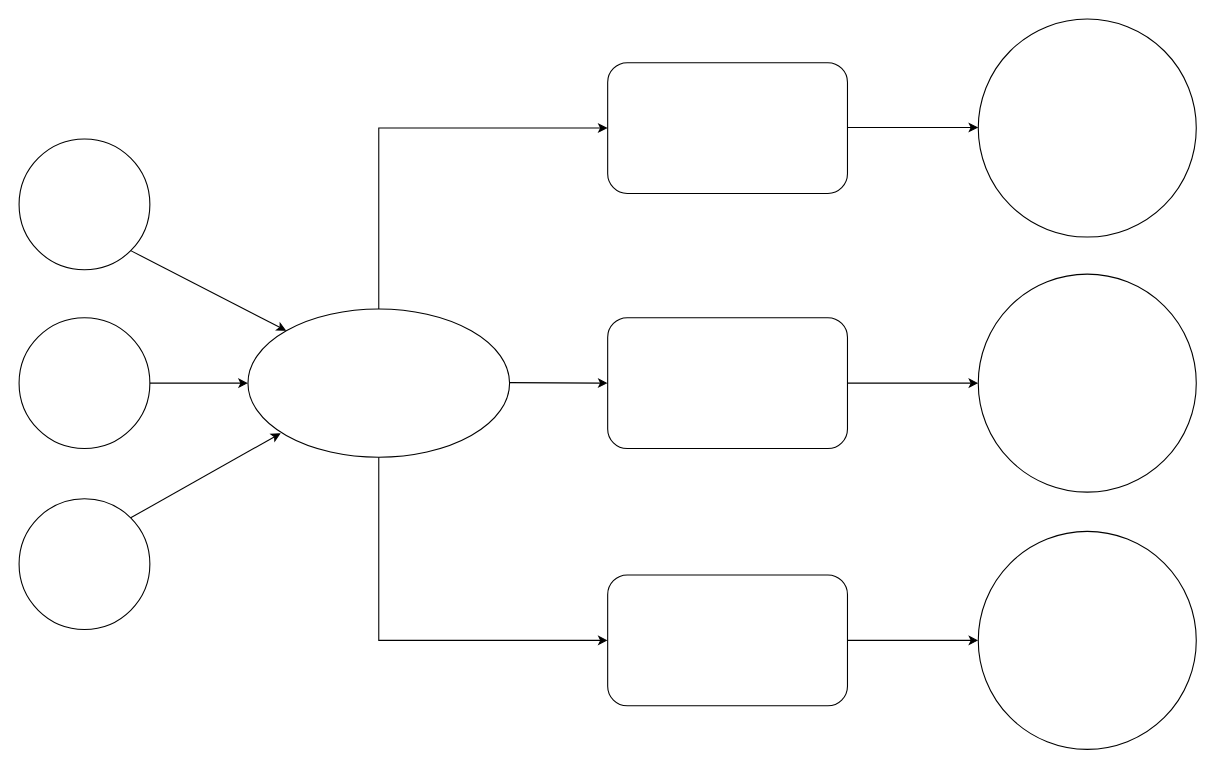
The draw.io diagram Untitled Diagram.drawio in jnisac/hello-world, before the edit. Source tidied: cells renumbered, new cells numbered last; positions are measured from the earlier drawing's top-left corner, leaving out a move shared by most shapes. Both pictures are drawn from the tidied source at 109%, with x=0, y=0 at pixel (19, 19).
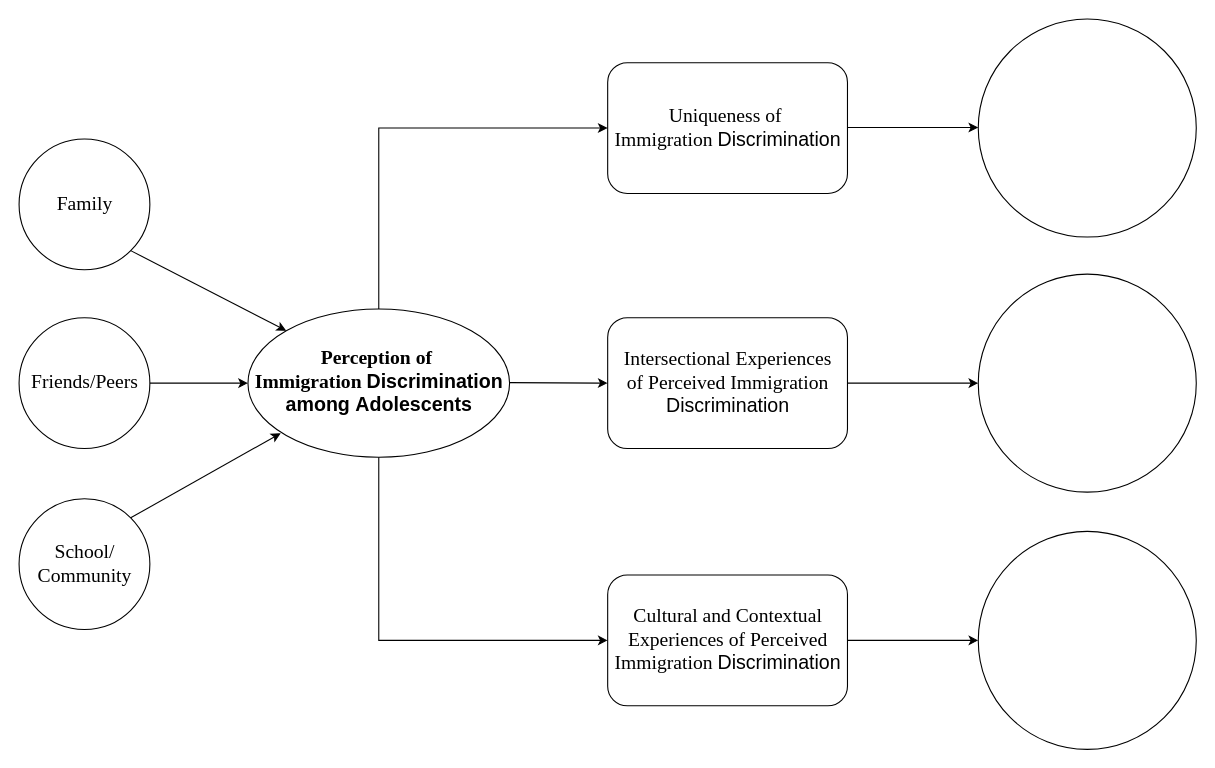
Above is the later version.

What changed in the source:
```diff
@@
+    <mxCell id="21" value="&lt;font style=&quot;font-size: 18px;&quot; face=&quot;Times New Roman&quot;&gt;Perception of&amp;nbsp;&lt;/font&gt;&lt;div style=&quot;font-size: 18px;&quot;&gt;&lt;font style=&quot;font-size: 18px;&quot;&gt;&lt;font style=&quot;font-size: 18px;&quot; face=&quot;Times New Roman&quot;&gt;Immigration&amp;nbsp;&lt;/font&gt;&lt;span style=&quot;font-family: jk4Szua_Z0j4yDkiBy7d;&quot;&gt;Discrimination&lt;/span&gt;&lt;/font&gt;&lt;/div&gt;&lt;div style=&quot;font-size: 18px;&quot;&gt;&lt;font style=&quot;font-size: 18px;&quot;&gt;&lt;span style=&quot;font-family: jk4Szua_Z0j4yDkiBy7d;&quot;&gt;among&amp;nbsp;&lt;/span&gt;&lt;span style=&quot;font-family: jk4Szua_Z0j4yDkiBy7d;&quot;&gt;Adolescents&lt;/span&gt;&lt;/font&gt;&lt;/div&gt;" style="text;strokeColor=none;fillColor=none;html=1;fontSize=16;fontStyle=1;verticalAlign=middle;align=center;" parent="1" vertex="1">
+      <mxGeometry x="210" y="290" width="240" height="86" as="geometry" />
+    </mxCell>
+    <mxCell id="22" value="&lt;div style=&quot;font-size: 18px;&quot;&gt;&lt;font style=&quot;font-size: 18px;&quot;&gt;&lt;font face=&quot;Times New Roman&quot; style=&quot;font-size: 18px;&quot;&gt;Intersectional Experiences&lt;/font&gt;&lt;/font&gt;&lt;/div&gt;&lt;div style=&quot;font-size: 18px;&quot;&gt;&lt;font style=&quot;font-size: 18px;&quot;&gt;&lt;font face=&quot;Times New Roman&quot; style=&quot;font-size: 18px;&quot;&gt;of&amp;nbsp;&lt;/font&gt;&lt;/font&gt;&lt;font face=&quot;Times New Roman&quot;&gt;Perceived&amp;nbsp;&lt;/font&gt;&lt;font face=&quot;Times New Roman&quot;&gt;Immigration&lt;/font&gt;&lt;/div&gt;&lt;div style=&quot;font-size: 18px;&quot;&gt;&lt;span style=&quot;font-family: jk4Szua_Z0j4yDkiBy7d;&quot;&gt;Discrimination&lt;/span&gt;&lt;/div&gt;" style="text;strokeColor=none;fillColor=none;html=1;fontSize=16;fontStyle=0;verticalAlign=middle;align=center;" parent="1" vertex="1">
+      <mxGeometry x="545" y="291" width="210" height="86" as="geometry" />
+    </mxCell>
+    <mxCell id="23" value="&lt;font face=&quot;Times New Roman&quot; style=&quot;font-size: 18px;&quot;&gt;Family&lt;/font&gt;" style="text;strokeColor=none;fillColor=none;html=1;fontSize=16;fontStyle=0;verticalAlign=middle;align=center;" parent="1" vertex="1">
+      <mxGeometry x="15" y="147" width="90" height="46" as="geometry" />
+    </mxCell>
+    <mxCell id="24" value="&lt;font face=&quot;Times New Roman&quot; style=&quot;font-size: 18px;&quot;&gt;Friends/Peers&lt;/font&gt;" style="text;strokeColor=none;fillColor=none;html=1;fontSize=16;fontStyle=0;verticalAlign=middle;align=center;" parent="1" vertex="1">
+      <mxGeometry x="15" y="310" width="90" height="46" as="geometry" />
+    </mxCell>
+    <mxCell id="25" value="&lt;font face=&quot;Times New Roman&quot; style=&quot;font-size: 18px;&quot;&gt;School/&lt;/font&gt;&lt;div&gt;&lt;font face=&quot;Times New Roman&quot; style=&quot;font-size: 18px;&quot;&gt;Community&lt;/font&gt;&lt;/div&gt;" style="text;strokeColor=none;fillColor=none;html=1;fontSize=16;fontStyle=0;verticalAlign=middle;align=center;" parent="1" vertex="1">
+      <mxGeometry x="15" y="477" width="90" height="46" as="geometry" />
+    </mxCell>
+    <mxCell id="26" value="&lt;div style=&quot;font-size: 18px;&quot;&gt;&lt;font style=&quot;font-size: 18px;&quot;&gt;&lt;font face=&quot;Times New Roman&quot; style=&quot;font-size: 18px;&quot;&gt;Uniqueness&amp;nbsp;&lt;/font&gt;&lt;/font&gt;&lt;font face=&quot;Times New Roman&quot;&gt;of&lt;/font&gt;&lt;font face=&quot;Times New Roman&quot;&gt;&amp;nbsp;&lt;/font&gt;&lt;/div&gt;&lt;div style=&quot;font-size: 18px;&quot;&gt;&lt;font face=&quot;Times New Roman&quot;&gt;Immigration&amp;nbsp;&lt;/font&gt;&lt;span style=&quot;font-family: jk4Szua_Z0j4yDkiBy7d;&quot;&gt;Discrimination&lt;/span&gt;&lt;/div&gt;" style="text;strokeColor=none;fillColor=none;html=1;fontSize=16;fontStyle=0;verticalAlign=middle;align=center;" parent="1" vertex="1">
+      <mxGeometry x="545" y="57" width="210" height="86" as="geometry" />
+    </mxCell>
+    <mxCell id="27" value="&lt;div style=&quot;font-size: 18px;&quot;&gt;&lt;font style=&quot;font-size: 18px;&quot;&gt;&lt;font face=&quot;Times New Roman&quot; style=&quot;font-size: 18px;&quot;&gt;Cultural and Contextual&lt;/font&gt;&lt;/font&gt;&lt;/div&gt;&lt;div style=&quot;font-size: 18px;&quot;&gt;&lt;font style=&quot;font-size: 18px;&quot;&gt;&lt;font face=&quot;Times New Roman&quot; style=&quot;font-size: 18px;&quot;&gt;Experiences&amp;nbsp;&lt;/font&gt;&lt;/font&gt;&lt;font face=&quot;Times New Roman&quot;&gt;of&amp;nbsp;&lt;/font&gt;&lt;font face=&quot;Times New Roman&quot;&gt;Perceived&lt;/font&gt;&lt;/div&gt;&lt;div style=&quot;font-size: 18px;&quot;&gt;&lt;font face=&quot;Times New Roman&quot;&gt;Immigration&amp;nbsp;&lt;/font&gt;&lt;span style=&quot;font-family: jk4Szua_Z0j4yDkiBy7d;&quot;&gt;Discrimination&lt;/span&gt;&lt;/div&gt;" style="text;strokeColor=none;fillColor=none;html=1;fontSize=16;fontStyle=0;verticalAlign=middle;align=center;" parent="1" vertex="1">
+      <mxGeometry x="545" y="527" width="210" height="86" as="geometry" />
+    </mxCell>
```
